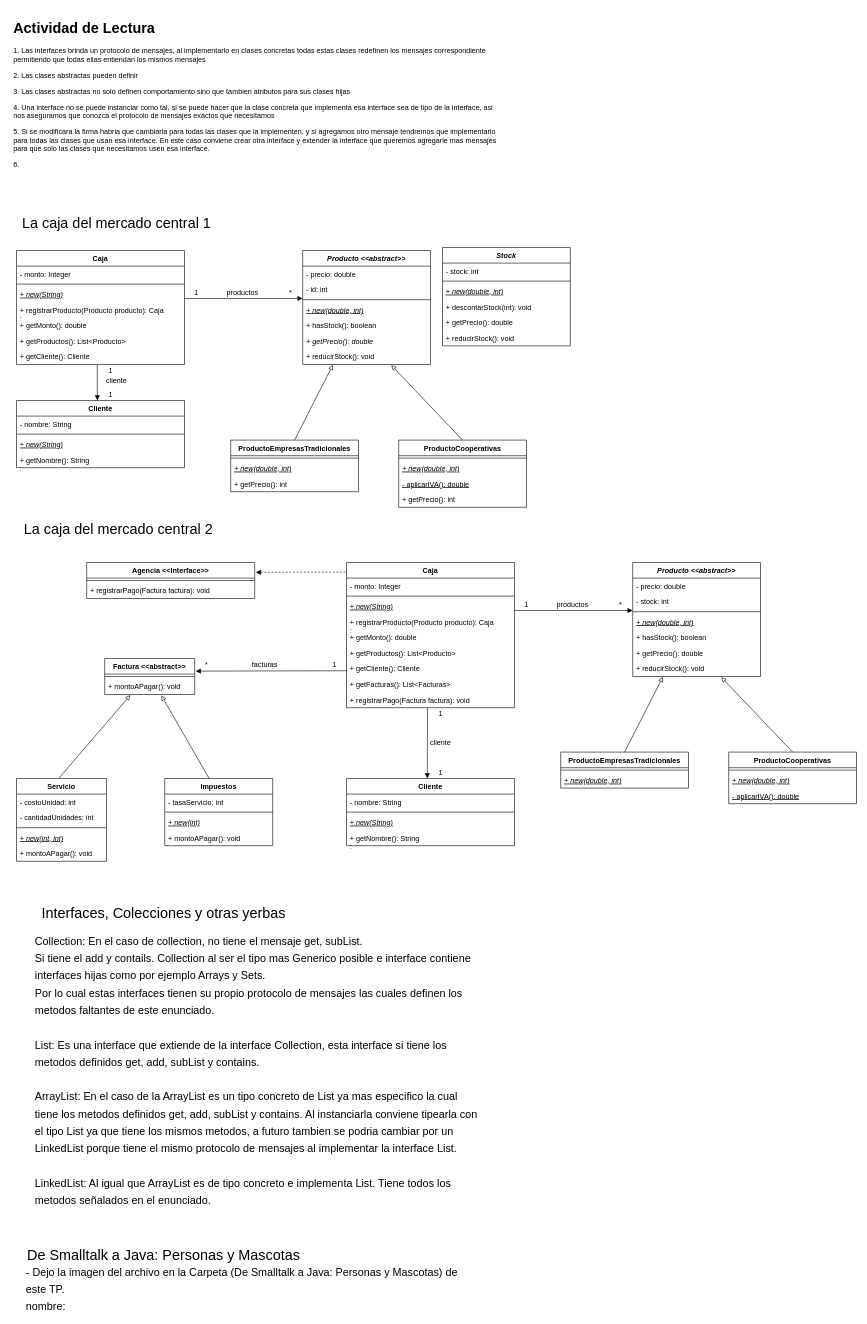
This is TP-Clases-Interfaces/tp-clases-interfaces-UML.drawio from dkippes/Programacion-Orientada-Objetos-2, a draw.io file, before an edit. Source tidied: cells renumbered, new cells numbered last; positions are measured from the earlier drawing's top-left corner, leaving out a move shared by most shapes. Both pictures are drawn from the tidied source at 60%, with x=0, y=0 at pixel (10, 16).
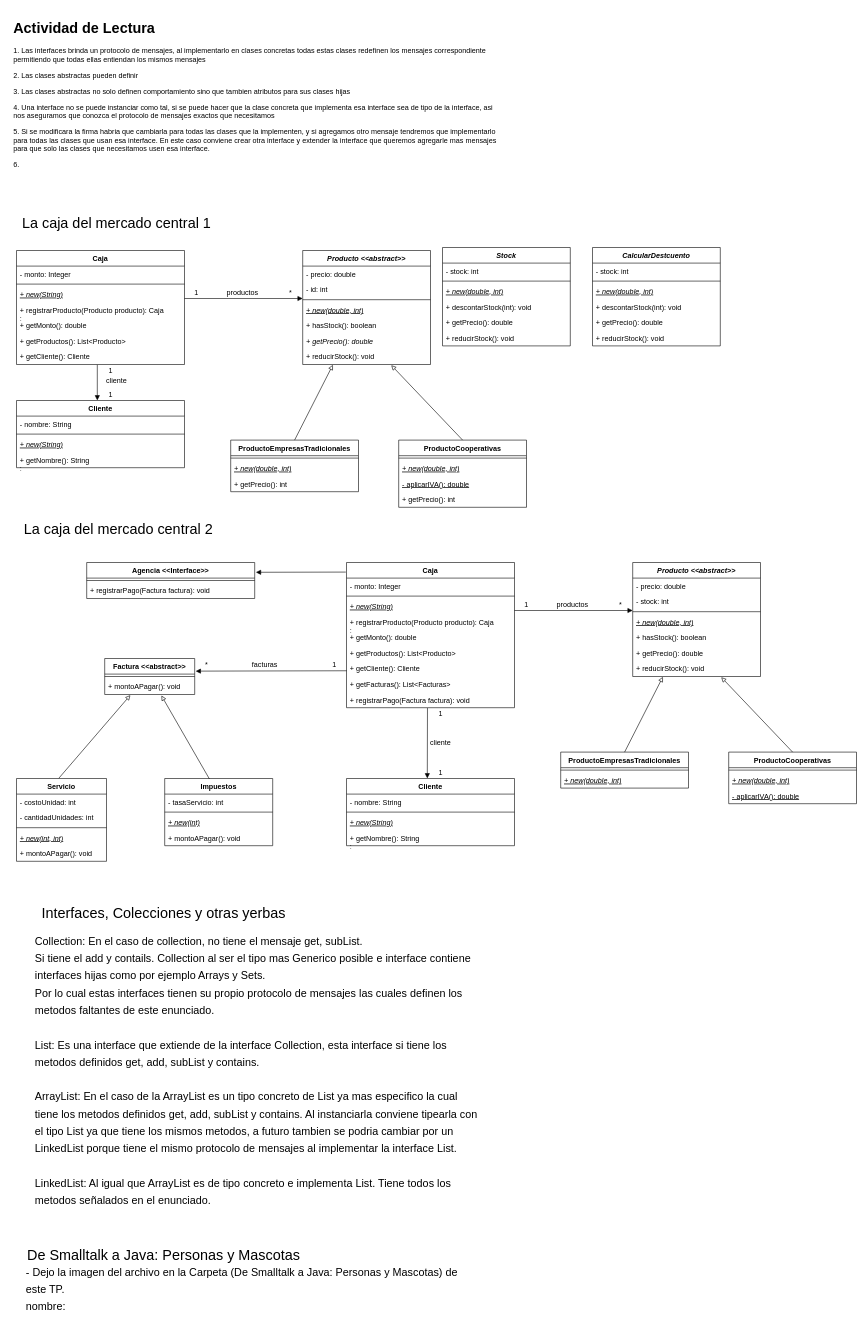
After the change.

The change refers to these unchanged cells:
```xml
<mxCell id="52" value="Caja" style="swimlane;fontStyle=1;align=center;verticalAlign=top;horizontal=1;startSize=26;strokeColor=default;" parent="1" vertex="1">
  <mxGeometry x="560" y="910" width="280" height="242" as="geometry" />
</mxCell>
<mxCell id="84" value="Agencia &lt;&lt;Interface&gt;&gt;" style="swimlane;fontStyle=1;align=center;verticalAlign=top;horizontal=1;startSize=26;strokeColor=default;" parent="1" vertex="1">
  <mxGeometry x="127" y="910" width="280" height="60" as="geometry" />
</mxCell>
```

What changed in the source:
```diff
@@
-    <mxCell id="87" style="edgeStyle=none;jettySize=auto;html=1;exitX=1.007;exitY=0.272;exitDx=0;exitDy=0;endArrow=none;endFill=0;rounded=0;entryX=-0.004;entryY=0.066;entryDx=0;entryDy=0;entryPerimeter=0;startArrow=block;startFill=1;exitPerimeter=0;dashed=1;" parent="1" edge="1" source="84" target="52">
+    <mxCell id="87" style="edgeStyle=none;jettySize=auto;html=1;exitX=1.007;exitY=0.272;exitDx=0;exitDy=0;endArrow=none;endFill=0;rounded=0;entryX=-0.004;entryY=0.066;entryDx=0;entryDy=0;entryPerimeter=0;startArrow=block;startFill=1;exitPerimeter=0;" parent="1" edge="1" source="84" target="52">
       <mxGeometry relative="1" as="geometry" />
     </mxCell>
@@
+    <mxCell id="120" value="CalcularDestcuento" style="swimlane;fontStyle=3;align=center;verticalAlign=top;horizontal=1;startSize=26;strokeColor=default;" parent="1" vertex="1">
+      <mxGeometry x="970" y="385" width="213" height="164" as="geometry" />
+    </mxCell>
+    <mxCell id="121" value="- stock: int" style="text;strokeColor=none;fillColor=none;align=left;verticalAlign=top;spacingLeft=4;spacingRight=4;overflow=hidden;" parent="120" vertex="1">
+      <mxGeometry y="26" width="213" height="26" as="geometry" />
+    </mxCell>
+    <mxCell id="122" style="line;strokeWidth=1;fillColor=none;align=left;verticalAlign=middle;spacingTop=-1;spacingLeft=3;spacingRight=3;labelPosition=right;" parent="120" vertex="1">
+      <mxGeometry y="52" width="213" height="8" as="geometry" />
+    </mxCell>
+    <mxCell id="123" value="+ new(double, int)" style="text;strokeColor=none;fillColor=none;align=left;verticalAlign=top;spacingLeft=4;spacingRight=4;overflow=hidden;fontStyle=6;" parent="120" vertex="1">
+      <mxGeometry y="60" width="213" height="26" as="geometry" />
+    </mxCell>
+    <mxCell id="124" value="+ descontarStock(int): void" style="text;strokeColor=none;fillColor=none;align=left;verticalAlign=top;spacingLeft=4;spacingRight=4;overflow=hidden;" parent="120" vertex="1">
+      <mxGeometry y="86" width="213" height="26" as="geometry" />
+    </mxCell>
+    <mxCell id="125" value="+ getPrecio(): double" style="text;strokeColor=none;fillColor=none;align=left;verticalAlign=top;spacingLeft=4;spacingRight=4;overflow=hidden;" parent="120" vertex="1">
+      <mxGeometry y="112" width="213" height="26" as="geometry" />
+    </mxCell>
+    <mxCell id="126" value="+ reducirStock(): void" style="text;strokeColor=none;fillColor=none;align=left;verticalAlign=top;spacingLeft=4;spacingRight=4;overflow=hidden;" parent="120" vertex="1">
+      <mxGeometry y="138" width="213" height="26" as="geometry" />
+    </mxCell>
```
